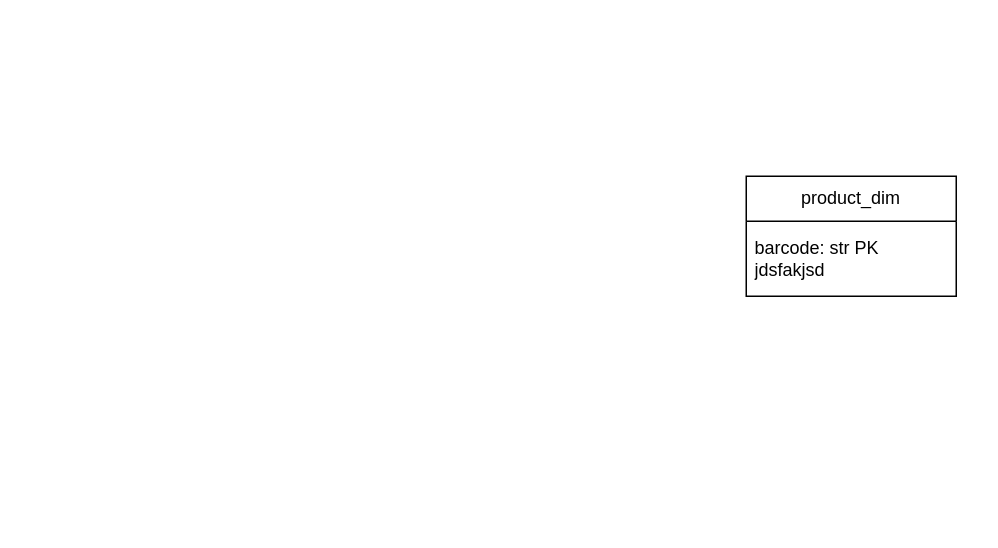
Above: relational_model.drawio in niekheinen/EDD_project (draw.io), before the change. Source tidied: cells renumbered, new cells numbered last; positions are measured from the earlier drawing's top-left corner, leaving out a move shared by most shapes. Both pictures are drawn from the tidied source at 150%, with x=0, y=0 at pixel (746, 176).
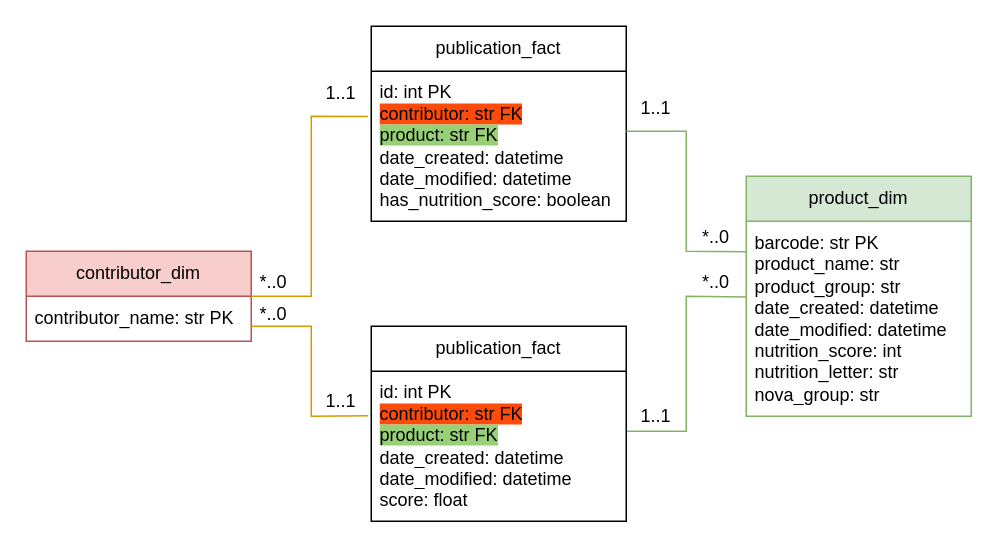
The same diagram, later.

Commit message (it also covers changes not shown here):
Add relation model image, description, and explain the SQL kettle part

The edit, as a diff of the source:
```diff
@@
+    <mxCell id="4" style="endArrow=none;html=1;rounded=0;entryX=-0.013;entryY=0.301;entryDx=0;entryDy=0;entryPerimeter=0;fillColor=#d5e8d4;strokeColor=#82b366;exitX=-0.001;exitY=0.388;exitDx=0;exitDy=0;exitPerimeter=0;" parent="1" edge="1" source="3">
+      <mxGeometry relative="1" as="geometry">
+        <mxPoint x="-80" y="170" as="targetPoint" />
+        <Array as="points">
+          <mxPoint x="-40" y="80" />
+          <mxPoint x="-40" y="170" />
+        </Array>
+      </mxGeometry>
+    </mxCell>
-    <mxCell id="2" value="product_dim" style="swimlane;fontStyle=0;horizontal=1;startSize=30;whiteSpace=wrap;html=1;" parent="1" vertex="1">
-      <mxGeometry width="140" height="80" as="geometry" />
+    <mxCell id="2" value="product_dim" style="swimlane;fontStyle=0;horizontal=1;startSize=30;whiteSpace=wrap;html=1;fillColor=#d5e8d4;strokeColor=#82b366;" parent="1" vertex="1">
+      <mxGeometry width="150" height="160" as="geometry" />
     </mxCell>
-    <mxCell id="3" value="barcode: str PK&lt;br&gt;jdsfakjsd&lt;br&gt;" style="text;strokeColor=none;fillColor=none;align=left;verticalAlign=middle;spacingLeft=4;spacingRight=4;overflow=hidden;points=[[0,0.5],[1,0.5]];portConstraint=eastwest;whiteSpace=wrap;html=1;" parent="2" vertex="1">
-      <mxGeometry y="30" width="140" height="50" as="geometry" />
+    <mxCell id="3" value="barcode: str PK&lt;br&gt;product_name: str&lt;br&gt;product_group: str&lt;br&gt;date_created: datetime&lt;br&gt;date_modified: datetime&lt;br&gt;nutrition_score: int&lt;br&gt;nutrition_letter: str&lt;br&gt;nova_group: str" style="text;strokeColor=none;fillColor=none;align=left;verticalAlign=middle;spacingLeft=4;spacingRight=4;overflow=hidden;points=[[0,0.5],[1,0.5]];portConstraint=eastwest;whiteSpace=wrap;html=1;" parent="2" vertex="1">
+      <mxGeometry y="30" width="150" height="130" as="geometry" />
     </mxCell>
+    <mxCell id="5" value="contributor_dim" style="swimlane;fontStyle=0;horizontal=1;startSize=30;whiteSpace=wrap;html=1;fillColor=#f8cecc;strokeColor=#b85450;" parent="1" vertex="1">
+      <mxGeometry x="-480" y="50" width="150" height="60" as="geometry" />
+    </mxCell>
+    <mxCell id="6" value="contributor_name: str PK" style="text;strokeColor=none;fillColor=none;align=left;verticalAlign=middle;spacingLeft=4;spacingRight=4;overflow=hidden;points=[[0,0.5],[1,0.5]];portConstraint=eastwest;whiteSpace=wrap;html=1;" parent="5" vertex="1">
+      <mxGeometry y="30" width="150" height="30" as="geometry" />
+    </mxCell>
+    <mxCell id="7" value="publication_fact" style="swimlane;fontStyle=0;horizontal=1;startSize=30;whiteSpace=wrap;html=1;" parent="1" vertex="1">
+      <mxGeometry x="-250" y="-100" width="170" height="130" as="geometry" />
+    </mxCell>
+    <mxCell id="8" value="id: int PK&lt;br&gt;&lt;span style=&quot;background-color: rgb(255, 75, 10);&quot;&gt;contributor: str FK&lt;/span&gt;&lt;br&gt;&lt;span style=&quot;background-color: rgb(151, 208, 119);&quot;&gt;product: str FK&lt;/span&gt;&lt;br&gt;&lt;span style=&quot;background-color: rgb(255, 255, 255);&quot;&gt;date_created: datetime&lt;br&gt;date_modified: datetime&lt;br&gt;has_nutrition_score: boolean&lt;/span&gt;" style="text;strokeColor=none;fillColor=none;align=left;verticalAlign=middle;spacingLeft=4;spacingRight=4;overflow=hidden;points=[[0,0.5],[1,0.5]];portConstraint=eastwest;whiteSpace=wrap;html=1;" parent="7" vertex="1">
+      <mxGeometry y="30" width="170" height="100" as="geometry" />
+    </mxCell>
+    <mxCell id="9" value="publication_fact" style="swimlane;fontStyle=0;horizontal=1;startSize=30;whiteSpace=wrap;html=1;" parent="1" vertex="1">
+      <mxGeometry x="-250" y="100" width="170" height="130" as="geometry" />
+    </mxCell>
+    <mxCell id="10" value="id: int PK&lt;br&gt;&lt;span style=&quot;background-color: rgb(255, 75, 10);&quot;&gt;contributor: str FK&lt;/span&gt;&lt;br&gt;&lt;span style=&quot;background-color: rgb(151, 208, 119);&quot;&gt;product: str FK&lt;/span&gt;&lt;br&gt;&lt;span style=&quot;background-color: rgb(255, 255, 255);&quot;&gt;date_created: datetime&lt;br&gt;date_modified: datetime&lt;br&gt;score: float&lt;/span&gt;" style="text;strokeColor=none;fillColor=none;align=left;verticalAlign=middle;spacingLeft=4;spacingRight=4;overflow=hidden;points=[[0,0.5],[1,0.5]];portConstraint=eastwest;whiteSpace=wrap;html=1;" parent="9" vertex="1">
+      <mxGeometry y="30" width="170" height="100" as="geometry" />
+    </mxCell>
+    <mxCell id="11" style="endArrow=none;html=1;rounded=0;entryX=-0.013;entryY=0.301;entryDx=0;entryDy=0;entryPerimeter=0;fillColor=#ffe6cc;strokeColor=#d79b00;" parent="1" edge="1" target="8">
+      <mxGeometry relative="1" as="geometry">
+        <mxPoint x="-330" y="80" as="sourcePoint" />
+        <Array as="points">
+          <mxPoint x="-290" y="80" />
+          <mxPoint x="-290" y="-40" />
+        </Array>
+      </mxGeometry>
+    </mxCell>
+    <mxCell id="12" style="endArrow=none;html=1;rounded=0;entryX=-0.012;entryY=0.297;entryDx=0;entryDy=0;entryPerimeter=0;fillColor=#ffe6cc;strokeColor=#d79b00;exitX=0.999;exitY=0.669;exitDx=0;exitDy=0;exitPerimeter=0;" parent="1" edge="1" source="6" target="10">
+      <mxGeometry relative="1" as="geometry">
+        <Array as="points">
+          <mxPoint x="-290" y="100" />
+          <mxPoint x="-290" y="160" />
+        </Array>
+      </mxGeometry>
+    </mxCell>
+    <mxCell id="13" style="endArrow=none;html=1;rounded=0;entryX=1;entryY=0.4;entryDx=0;entryDy=0;entryPerimeter=0;fillColor=#d5e8d4;strokeColor=#82b366;exitX=0.004;exitY=0.157;exitDx=0;exitDy=0;exitPerimeter=0;" parent="1" edge="1" source="3" target="8">
+      <mxGeometry relative="1" as="geometry">
+        <Array as="points">
+          <mxPoint x="-40" y="50" />
+          <mxPoint x="-40" y="-30" />
+        </Array>
+      </mxGeometry>
+    </mxCell>
+    <mxCell id="14" value="1..1" style="text;html=1;strokeColor=none;fillColor=none;align=center;verticalAlign=middle;whiteSpace=wrap;rounded=0;" parent="1" vertex="1">
+      <mxGeometry x="-300" y="-70" width="60" height="30" as="geometry" />
+    </mxCell>
+    <mxCell id="15" value="*..0" style="text;html=1;strokeColor=none;fillColor=none;align=center;verticalAlign=middle;whiteSpace=wrap;rounded=0;" parent="1" vertex="1">
+      <mxGeometry x="-345" y="56" width="60" height="30" as="geometry" />
+    </mxCell>
+    <mxCell id="16" value="1..1" style="text;html=1;strokeColor=none;fillColor=none;align=center;verticalAlign=middle;whiteSpace=wrap;rounded=0;" parent="1" vertex="1">
+      <mxGeometry x="-300" y="135" width="60" height="30" as="geometry" />
+    </mxCell>
+    <mxCell id="17" value="1..1" style="text;html=1;strokeColor=none;fillColor=none;align=center;verticalAlign=middle;whiteSpace=wrap;rounded=0;" parent="1" vertex="1">
+      <mxGeometry x="-90" y="145" width="60" height="30" as="geometry" />
+    </mxCell>
+    <mxCell id="18" value="1..1" style="text;html=1;strokeColor=none;fillColor=none;align=center;verticalAlign=middle;whiteSpace=wrap;rounded=0;" parent="1" vertex="1">
+      <mxGeometry x="-90" y="-60" width="60" height="30" as="geometry" />
+    </mxCell>
+    <mxCell id="19" value="*..0" style="text;html=1;strokeColor=none;fillColor=none;align=center;verticalAlign=middle;whiteSpace=wrap;rounded=0;" parent="1" vertex="1">
+      <mxGeometry x="-50" y="26" width="60" height="30" as="geometry" />
+    </mxCell>
+    <mxCell id="20" value="*..0" style="text;html=1;strokeColor=none;fillColor=none;align=center;verticalAlign=middle;whiteSpace=wrap;rounded=0;" parent="1" vertex="1">
+      <mxGeometry x="-50" y="56" width="60" height="30" as="geometry" />
+    </mxCell>
+    <mxCell id="21" value="*..0" style="text;html=1;strokeColor=none;fillColor=none;align=center;verticalAlign=middle;whiteSpace=wrap;rounded=0;" parent="1" vertex="1">
+      <mxGeometry x="-345" y="77" width="60" height="30" as="geometry" />
+    </mxCell>
```
